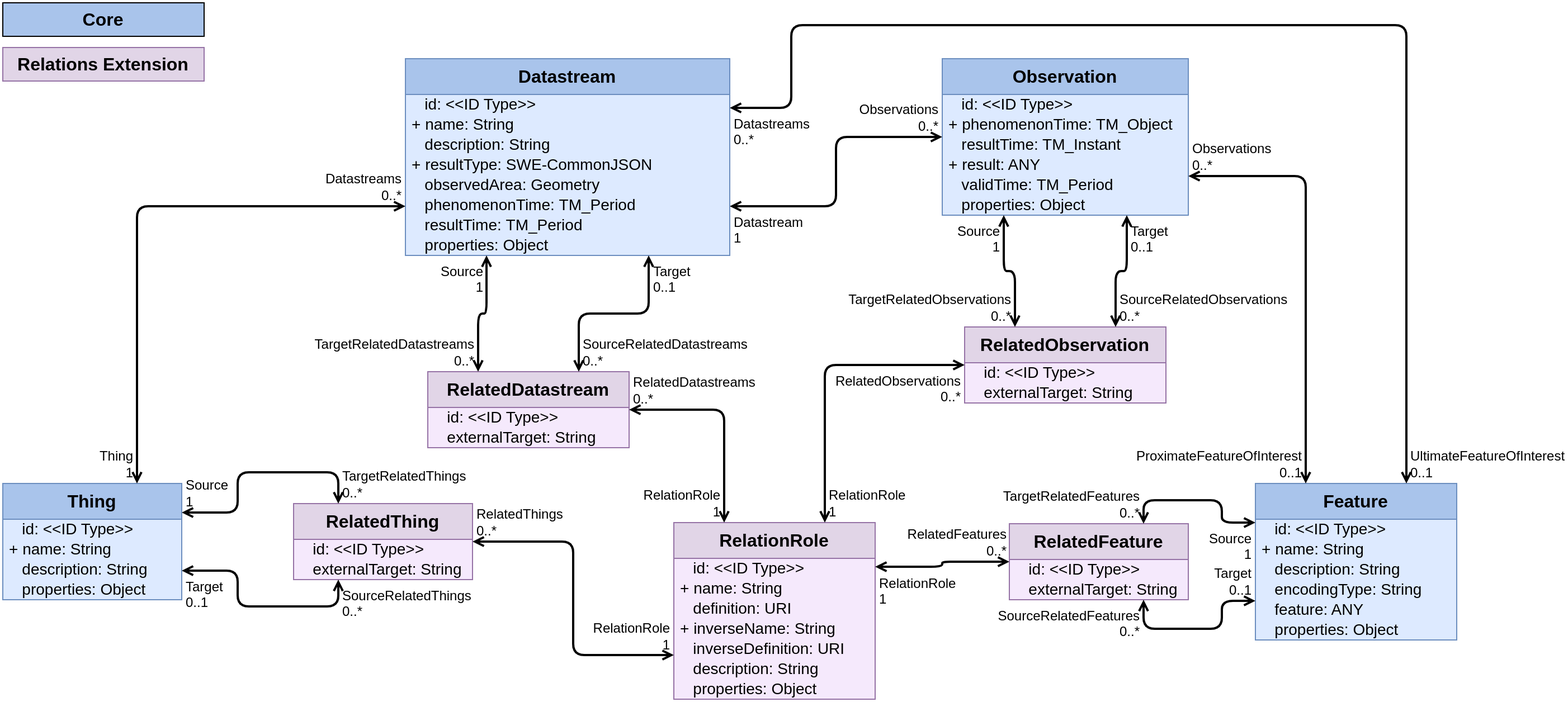
The draw.io diagram figures/Datamodel-SensorThingsApi-V2-proposal-1-Relations.drawio.png in opengeospatial/sensorthings, before a commit. Source tidied: cells renumbered, new cells last; positions are measured from the earlier drawing's top-left corner, leaving out a move shared by most shapes.
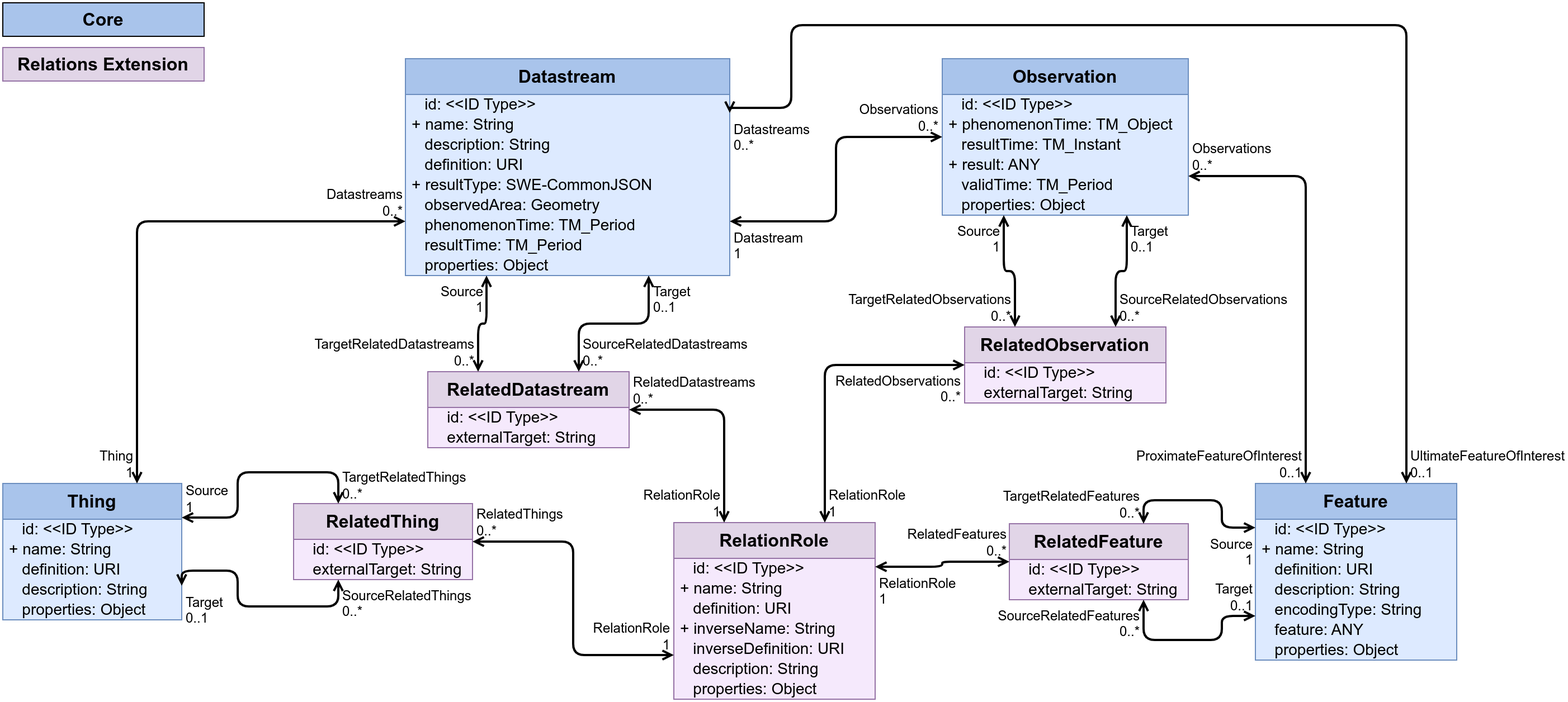
After the commit.

Commit message:
Added missing definition attributes to relations figure

The edit, as a diff of the source:
```diff
@@ -3,7 +3,7 @@
     <mxCell id="0" />
     <mxCell id="1" parent="0" />
     <mxCell id="2" value="Datastream" style="swimlane;fontStyle=1;horizontal=1;startSize=32;fontSize=16;whiteSpace=wrap;html=1;fillColor=#A9C4EB;strokeColor=#6c8ebf;swimlaneFillColor=#DDEAFF;verticalAlign=top;" parent="1" vertex="1">
-      <mxGeometry x="360" y="50" width="290" height="176" as="geometry" />
+      <mxGeometry x="360" y="50" width="290" height="194" as="geometry" />
     </mxCell>
     <mxCell id="3" value="&amp;nbsp;&amp;nbsp;&amp;nbsp;id: &amp;lt;&amp;lt;ID Type&amp;gt;&amp;gt;" style="text;strokeColor=none;fillColor=none;align=left;verticalAlign=middle;spacingLeft=4;spacingRight=4;overflow=visible;html=1;fontSize=14;" parent="2" vertex="1">
       <mxGeometry y="32" width="290" height="18" as="geometry" />
@@ -14,23 +14,26 @@
     <mxCell id="5" value="&amp;nbsp; &amp;nbsp;description: String" style="text;strokeColor=none;fillColor=none;align=left;verticalAlign=middle;spacingLeft=4;spacingRight=4;overflow=visible;html=1;fontSize=14;" parent="2" vertex="1">
       <mxGeometry y="68" width="290" height="18" as="geometry" />
     </mxCell>
+    <mxCell id="100" value="&amp;nbsp;&amp;nbsp;&amp;nbsp;definition: URI" style="text;strokeColor=none;fillColor=none;align=left;verticalAlign=middle;spacingLeft=4;spacingRight=4;overflow=visible;html=1;fontSize=14;" parent="2" vertex="1">
+      <mxGeometry y="86" width="290" height="18" as="geometry" />
+    </mxCell>
     <mxCell id="6" value="+ resultType: SWE-CommonJSON" style="text;strokeColor=none;fillColor=none;align=left;verticalAlign=middle;spacingLeft=4;spacingRight=4;overflow=visible;html=1;fontSize=14;" parent="2" vertex="1">
-      <mxGeometry y="86" width="290" height="18" as="geometry" />
+      <mxGeometry y="104" width="290" height="18" as="geometry" />
     </mxCell>
     <mxCell id="7" value="&amp;nbsp;&amp;nbsp;&amp;nbsp;observedArea: Geometry" style="text;strokeColor=none;fillColor=none;align=left;verticalAlign=middle;spacingLeft=4;spacingRight=4;overflow=visible;html=1;fontSize=14;" parent="2" vertex="1">
-      <mxGeometry y="104" width="290" height="18" as="geometry" />
+      <mxGeometry y="122" width="290" height="18" as="geometry" />
     </mxCell>
     <mxCell id="8" value="&amp;nbsp;&amp;nbsp;&amp;nbsp;phenomenonTime:&amp;nbsp;TM_Period" style="text;strokeColor=none;fillColor=none;align=left;verticalAlign=middle;spacingLeft=4;spacingRight=4;overflow=visible;html=1;fontSize=14;" parent="2" vertex="1">
-      <mxGeometry y="122" width="290" height="18" as="geometry" />
+      <mxGeometry y="140" width="290" height="18" as="geometry" />
     </mxCell>
     <mxCell id="9" value="&amp;nbsp;&amp;nbsp;&amp;nbsp;resultTime:&amp;nbsp;TM_Period" style="text;strokeColor=none;fillColor=none;align=left;verticalAlign=middle;spacingLeft=4;spacingRight=4;overflow=visible;html=1;fontSize=14;" parent="2" vertex="1">
-      <mxGeometry y="140" width="290" height="18" as="geometry" />
+      <mxGeometry y="158" width="290" height="18" as="geometry" />
     </mxCell>
     <mxCell id="10" value="&amp;nbsp;&amp;nbsp;&amp;nbsp;properties: Object" style="text;strokeColor=none;fillColor=none;align=left;verticalAlign=middle;spacingLeft=4;spacingRight=4;overflow=visible;html=1;fontSize=14;" parent="2" vertex="1">
-      <mxGeometry y="158" width="290" height="18" as="geometry" />
+      <mxGeometry y="176" width="290" height="18" as="geometry" />
     </mxCell>
     <mxCell id="11" value="Feature" style="swimlane;fontStyle=1;horizontal=1;startSize=32;fontSize=16;whiteSpace=wrap;html=1;fillColor=#A9C4EB;strokeColor=#6c8ebf;swimlaneFillColor=#DDEAFF;verticalAlign=top;" parent="1" vertex="1">
-      <mxGeometry x="1120" y="430" width="180" height="140" as="geometry" />
+      <mxGeometry x="1120" y="430" width="180" height="158" as="geometry" />
     </mxCell>
     <mxCell id="12" value="&amp;nbsp;&amp;nbsp;&amp;nbsp;id: &amp;lt;&amp;lt;ID Type&amp;gt;&amp;gt;" style="text;strokeColor=none;fillColor=none;align=left;verticalAlign=middle;spacingLeft=4;spacingRight=4;overflow=visible;html=1;fontSize=14;" parent="11" vertex="1">
       <mxGeometry y="32" width="180" height="18" as="geometry" />
@@ -38,17 +41,20 @@
     <mxCell id="13" value="+ name: String" style="text;strokeColor=none;fillColor=none;align=left;verticalAlign=middle;spacingLeft=4;spacingRight=4;overflow=visible;html=1;fontSize=14;" parent="11" vertex="1">
       <mxGeometry y="50" width="180" height="18" as="geometry" />
     </mxCell>
+    <mxCell id="101" value="&amp;nbsp;&amp;nbsp;&amp;nbsp;definition: URI" style="text;strokeColor=none;fillColor=none;align=left;verticalAlign=middle;spacingLeft=4;spacingRight=4;overflow=visible;html=1;fontSize=14;" parent="11" vertex="1">
+      <mxGeometry y="68" width="180" height="18" as="geometry" />
+    </mxCell>
     <mxCell id="14" value="&amp;nbsp; &amp;nbsp;description: String" style="text;strokeColor=none;fillColor=none;align=left;verticalAlign=middle;spacingLeft=4;spacingRight=4;overflow=visible;html=1;fontSize=14;" parent="11" vertex="1">
-      <mxGeometry y="68" width="180" height="18" as="geometry" />
+      <mxGeometry y="86" width="180" height="18" as="geometry" />
     </mxCell>
     <mxCell id="15" value="&amp;nbsp; &amp;nbsp;encodingType: String" style="text;strokeColor=none;fillColor=none;align=left;verticalAlign=middle;spacingLeft=4;spacingRight=4;overflow=visible;html=1;fontSize=14;" parent="11" vertex="1">
-      <mxGeometry y="86" width="180" height="18" as="geometry" />
+      <mxGeometry y="104" width="180" height="18" as="geometry" />
     </mxCell>
     <mxCell id="16" value="&amp;nbsp; &amp;nbsp;feature: ANY" style="text;strokeColor=none;fillColor=none;align=left;verticalAlign=middle;spacingLeft=4;spacingRight=4;overflow=visible;html=1;fontSize=14;" parent="11" vertex="1">
-      <mxGeometry y="104" width="180" height="18" as="geometry" />
+      <mxGeometry y="122" width="180" height="18" as="geometry" />
     </mxCell>
     <mxCell id="17" value="&amp;nbsp;&amp;nbsp;&amp;nbsp;properties: Object" style="text;strokeColor=none;fillColor=none;align=left;verticalAlign=middle;spacingLeft=4;spacingRight=4;overflow=visible;html=1;fontSize=14;" parent="11" vertex="1">
-      <mxGeometry y="122" width="180" height="18" as="geometry" />
+      <mxGeometry y="140" width="180" height="18" as="geometry" />
     </mxCell>
     <mxCell id="18" style="endArrow=open;startArrow=open;html=1;rounded=1;exitX=0.75;exitY=0;exitDx=0;exitDy=0;edgeStyle=orthogonalEdgeStyle;entryX=1;entryY=0.25;entryDx=0;entryDy=0;curved=0;strokeWidth=2;startFill=0;endFill=0;" parent="1" edge="1" source="11" target="2">
       <mxGeometry relative="1" as="geometry">
@@ -145,7 +151,8 @@
         <Array as="points">
           <mxPoint x="1020" y="445" />
           <mxPoint x="1090" y="445" />
-          <mxPoint x="1090" y="465" />
+          <mxPoint x="1090" y="470" />
+          <mxPoint x="1120" y="470" />
         </Array>
       </mxGeometry>
     </mxCell>
@@ -158,9 +165,10 @@
     <mxCell id="49" style="endArrow=open;startArrow=open;html=1;rounded=1;edgeStyle=orthogonalEdgeStyle;entryX=0;entryY=0.75;entryDx=0;entryDy=0;exitX=0.75;exitY=1;exitDx=0;exitDy=0;strokeWidth=2;curved=0;startFill=0;endFill=0;" parent="1" edge="1" source="43" target="11">
       <mxGeometry relative="1" as="geometry">
         <Array as="points">
-          <mxPoint x="1020" y="560" />
-          <mxPoint x="1090" y="560" />
-          <mxPoint x="1090" y="535" />
+          <mxPoint x="1020" y="570" />
+          <mxPoint x="1090" y="570" />
+          <mxPoint x="1090" y="549" />
+          <mxPoint x="1120" y="549" />
         </Array>
       </mxGeometry>
     </mxCell>
@@ -267,7 +275,7 @@
       <mxGeometry x="1" relative="1" as="geometry" />
     </mxCell>
     <mxCell id="84" value="Thing" style="swimlane;fontStyle=1;horizontal=1;startSize=32;fontSize=16;whiteSpace=wrap;html=1;fillColor=#A9C4EB;strokeColor=#6c8ebf;swimlaneFillColor=#DDEAFF;verticalAlign=top;" parent="1" vertex="1">
-      <mxGeometry y="430" width="160" height="104" as="geometry" />
+      <mxGeometry y="430" width="160" height="122" as="geometry" />
     </mxCell>
     <mxCell id="85" value="&amp;nbsp;&amp;nbsp;&amp;nbsp;id: &amp;lt;&amp;lt;ID Type&amp;gt;&amp;gt;" style="text;strokeColor=none;fillColor=none;align=left;verticalAlign=middle;spacingLeft=4;spacingRight=4;overflow=visible;html=1;fontSize=14;" parent="84" vertex="1">
       <mxGeometry y="32" width="160" height="18" as="geometry" />
@@ -275,11 +283,14 @@
     <mxCell id="86" value="+ name: String" style="text;strokeColor=none;fillColor=none;align=left;verticalAlign=middle;spacingLeft=4;spacingRight=4;overflow=visible;html=1;fontSize=14;" parent="84" vertex="1">
       <mxGeometry y="50" width="160" height="18" as="geometry" />
     </mxCell>
+    <mxCell id="102" value="&amp;nbsp;&amp;nbsp;&amp;nbsp;definition: URI" style="text;strokeColor=none;fillColor=none;align=left;verticalAlign=middle;spacingLeft=4;spacingRight=4;overflow=visible;html=1;fontSize=14;" parent="84" vertex="1">
+      <mxGeometry y="68" width="160" height="18" as="geometry" />
+    </mxCell>
     <mxCell id="87" value="&amp;nbsp; &amp;nbsp;description: String" style="text;strokeColor=none;fillColor=none;align=left;verticalAlign=middle;spacingLeft=4;spacingRight=4;overflow=visible;html=1;fontSize=14;" parent="84" vertex="1">
-      <mxGeometry y="68" width="160" height="18" as="geometry" />
+      <mxGeometry y="86" width="160" height="18" as="geometry" />
     </mxCell>
     <mxCell id="88" value="&amp;nbsp;&amp;nbsp;&amp;nbsp;properties: Object" style="text;strokeColor=none;fillColor=none;align=left;verticalAlign=middle;spacingLeft=4;spacingRight=4;overflow=visible;html=1;fontSize=14;" parent="84" vertex="1">
-      <mxGeometry y="86" width="160" height="18" as="geometry" />
+      <mxGeometry y="104" width="160" height="18" as="geometry" />
     </mxCell>
     <mxCell id="89" style="endArrow=open;startArrow=open;html=1;rounded=1;entryX=0.25;entryY=1;entryDx=0;entryDy=0;edgeStyle=orthogonalEdgeStyle;exitX=1;exitY=0.75;exitDx=0;exitDy=0;strokeWidth=2;curved=0;startFill=0;endFill=0;" parent="1" edge="1" source="84" target="61">
       <mxGeometry relative="1" as="geometry">
```
